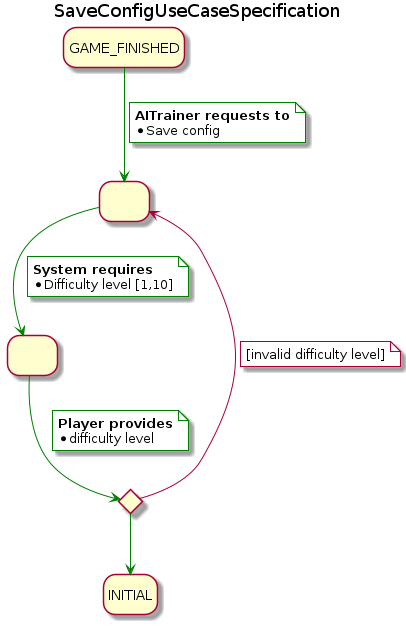
The PlantUML diagram docs/output/use-cases/specification/SaveConfigUseCaseSpecification.png in Master-Desarrollo-20-21/patrones-diseno---practica-final---juego-de-las-damas-fraylopez, before a commit.
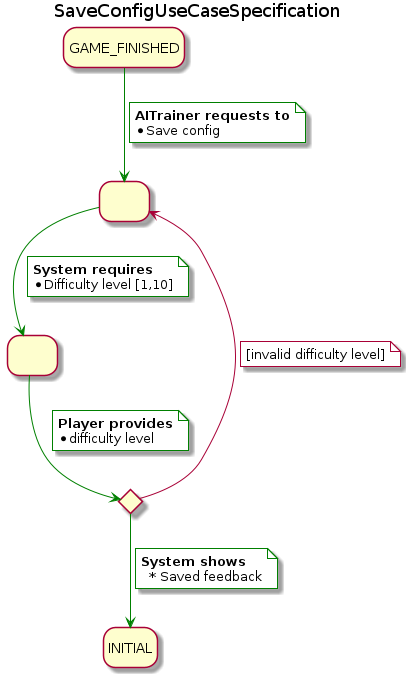
Later version of the same file.

What changed in the source:
```diff
@@ -31,5 +31,9 @@
 end note
 
 ifValidDifficultyLevel -[#green]-> INITIAL
+note on link
+<b>System shows
+  * Saved feedback
+end note
 
 @enduml
```
